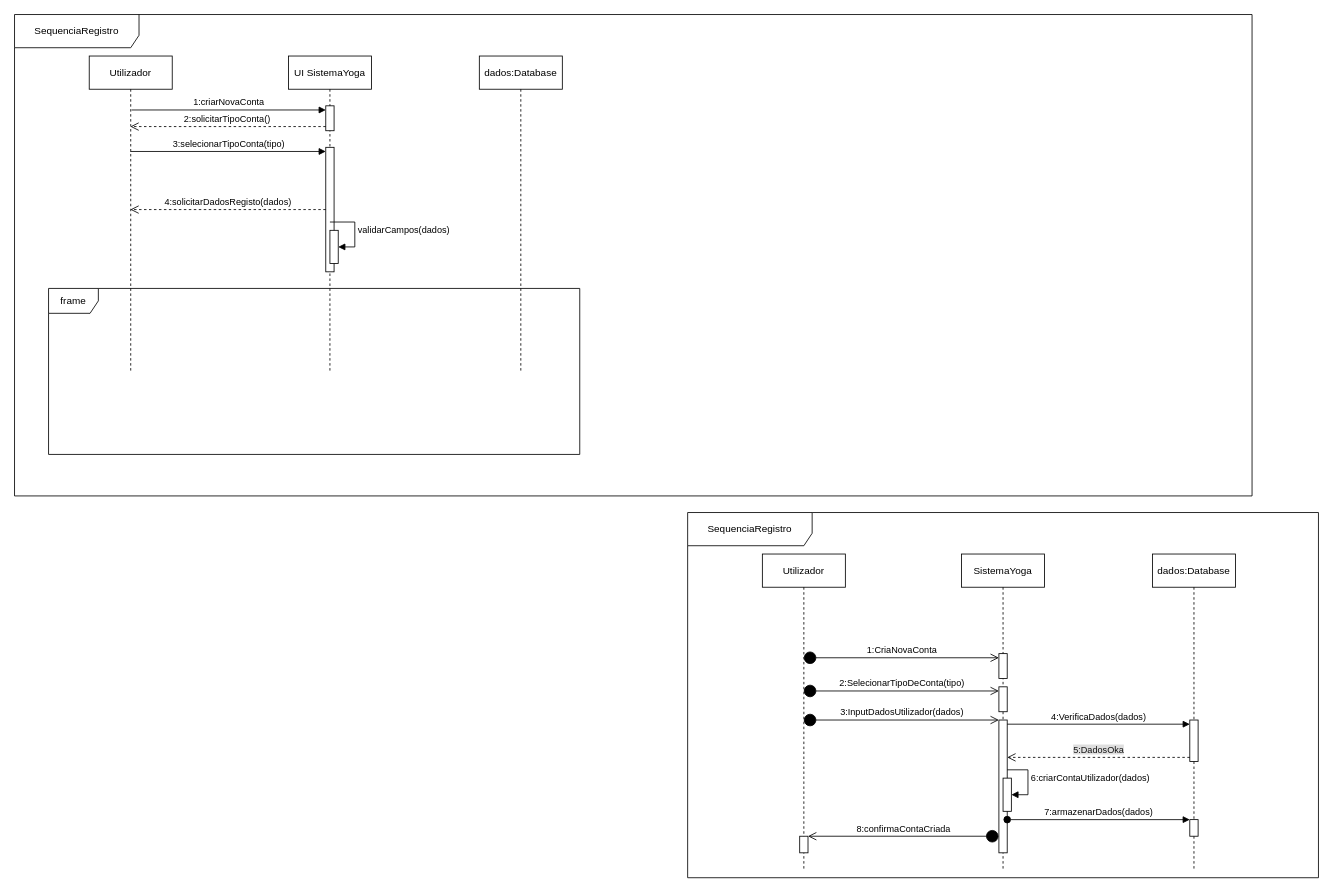
The draw.io diagram page "Sequencia" (4 of 4) of Diagramas UML.drawio in Esmael285/TecWeb26, before the edit. Source tidied: cells renumbered, new cells numbered last; positions are measured from the earlier drawing's top-left corner, leaving out a move shared by most shapes. Both pictures are drawn from the tidied source at 83%, with x=0, y=0 at pixel (14, 14).
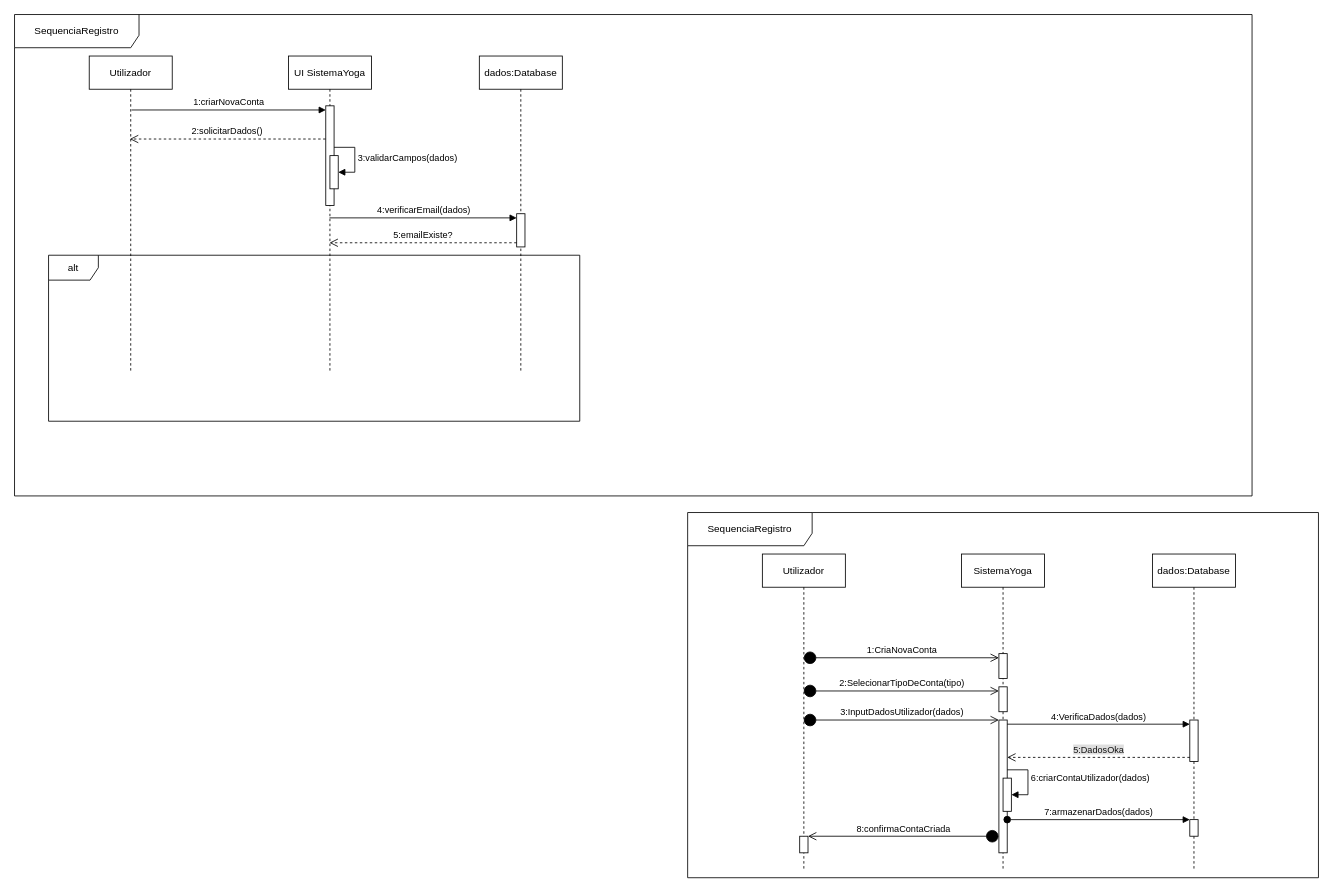
Above is the later version.

The change refers to these unchanged cells:
```xml
<mxCell id="3" value="Utilizador" style="shape=umlLifeline;perimeter=lifelinePerimeter;whiteSpace=wrap;html=1;outlineConnect=0;portConstraint=eastwest;newEdgeStyle={&quot;curved&quot;:0,&quot;rounded&quot;:0};" parent="1" vertex="1">
  <mxGeometry x="90" y="50" width="100" height="380" as="geometry" />
</mxCell>
<mxCell id="4" value="UI SistemaYoga" style="shape=umlLifeline;perimeter=lifelinePerimeter;whiteSpace=wrap;html=1;outlineConnect=0;portConstraint=eastwest;newEdgeStyle={&quot;curved&quot;:0,&quot;rounded&quot;:0};" parent="1" vertex="1">
  <mxGeometry x="330" y="50" width="100" height="380" as="geometry" />
</mxCell>
<mxCell id="9" value="dados:Database" style="shape=umlLifeline;perimeter=lifelinePerimeter;whiteSpace=wrap;html=1;newEdgeStyle={&quot;curved&quot;:0,&quot;rounded&quot;:0};" parent="1" vertex="1">
  <mxGeometry x="560" y="50" width="100" height="380" as="geometry" />
</mxCell>
```

What changed in the source:
```diff
@@
     <mxCell id="5" style="html=1;points=[[0,0,0,0,5],[0,1,0,0,-5],[1,0,0,0,5],[1,1,0,0,-5]];perimeter=orthogonalPerimeter;outlineConnect=0;targetShapes=umlLifeline;portConstraint=eastwest;newEdgeStyle={&quot;curved&quot;:0,&quot;rounded&quot;:0};" parent="4" vertex="1">
-      <mxGeometry x="45" y="60" width="10" height="30" as="geometry" />
+      <mxGeometry x="45" y="60" width="10" height="120" as="geometry" />
     </mxCell>
-    <mxCell id="6" style="html=1;points=[[0,0,0,0,5],[0,1,0,0,-5],[1,0,0,0,5],[1,1,0,0,-5]];perimeter=orthogonalPerimeter;outlineConnect=0;targetShapes=umlLifeline;portConstraint=eastwest;newEdgeStyle={&quot;curved&quot;:0,&quot;rounded&quot;:0};" parent="4" vertex="1">
-      <mxGeometry x="45" y="110" width="10" height="150" as="geometry" />
-    </mxCell>
     <mxCell id="7" style="html=1;points=[[0,0,0,0,5],[0,1,0,0,-5],[1,0,0,0,5],[1,1,0,0,-5]];perimeter=orthogonalPerimeter;outlineConnect=0;targetShapes=umlLifeline;portConstraint=eastwest;newEdgeStyle={&quot;curved&quot;:0,&quot;rounded&quot;:0};" parent="4" vertex="1">
-      <mxGeometry x="50" y="210" width="10" height="40" as="geometry" />
+      <mxGeometry x="50" y="120" width="10" height="40" as="geometry" />
     </mxCell>
-    <mxCell id="8" value="validarCampos(dados)" style="html=1;align=left;spacingLeft=2;endArrow=block;rounded=0;edgeStyle=orthogonalEdgeStyle;curved=0;rounded=0;" parent="4" edge="1" target="7">
+    <mxCell id="8" value="3:validarCampos(dados)" style="html=1;align=left;spacingLeft=2;endArrow=block;rounded=0;edgeStyle=orthogonalEdgeStyle;curved=0;rounded=0;" parent="4" edge="1" source="5" target="7">
       <mxGeometry relative="1" as="geometry">
-        <mxPoint x="50" y="200" as="sourcePoint" />
         <Array as="points">
-          <mxPoint x="80" y="230" />
+          <mxPoint x="80" y="110" />
+          <mxPoint x="80" y="140" />
         </Array>
       </mxGeometry>
     </mxCell>
@@
+    <mxCell id="6" style="html=1;points=[[0,0,0,0,5],[0,1,0,0,-5],[1,0,0,0,5],[1,1,0,0,-5]];perimeter=orthogonalPerimeter;outlineConnect=0;targetShapes=umlLifeline;portConstraint=eastwest;newEdgeStyle={&quot;curved&quot;:0,&quot;rounded&quot;:0};" parent="9" vertex="1">
+      <mxGeometry x="45" y="190" width="10" height="40" as="geometry" />
+    </mxCell>
@@
-    <mxCell id="30" value="2:solicitarTipoConta()" style="html=1;verticalAlign=bottom;endArrow=open;dashed=1;endSize=8;curved=0;rounded=0;exitX=0;exitY=1;exitDx=0;exitDy=-5;" parent="1" edge="1" source="5" target="3">
-      <mxGeometry x="0.01" relative="1" as="geometry" />
+    <mxCell id="30" value="2:solicitarDados()" style="html=1;verticalAlign=bottom;endArrow=open;dashed=1;endSize=8;curved=0;rounded=0;exitX=0;exitY=1;exitDx=0;exitDy=-5;" parent="1" edge="1">
+      <mxGeometry x="0.01" relative="1" as="geometry">
+        <mxPoint x="374.8" y="150" as="sourcePoint" />
+        <mxPoint x="139" y="150" as="targetPoint" />
+      </mxGeometry>
     </mxCell>
-    <mxCell id="31" value="3:selecionarTipoConta(tipo)" style="html=1;verticalAlign=bottom;endArrow=block;curved=0;rounded=0;entryX=0;entryY=0;entryDx=0;entryDy=5;" parent="1" edge="1" source="3" target="6">
+    <mxCell id="31" value="4:verificarEmail(dados)" style="html=1;verticalAlign=bottom;endArrow=block;curved=0;rounded=0;entryX=0;entryY=0;entryDx=0;entryDy=5;" parent="1" edge="1" source="4" target="6">
       <mxGeometry relative="1" as="geometry" />
     </mxCell>
-    <mxCell id="32" value="4:solicitarDadosRegisto(dados)" style="html=1;verticalAlign=bottom;endArrow=open;dashed=1;endSize=8;curved=0;rounded=0;" parent="1" edge="1" source="6" target="3">
+    <mxCell id="32" value="5:emailExiste?" style="html=1;verticalAlign=bottom;endArrow=open;dashed=1;endSize=8;curved=0;rounded=0;exitX=0;exitY=1;exitDx=0;exitDy=-5;exitPerimeter=0;" parent="1" edge="1" source="6" target="4">
       <mxGeometry relative="1" as="geometry" />
     </mxCell>
-    <mxCell id="33" value="frame" style="shape=umlFrame;whiteSpace=wrap;html=1;" parent="1" vertex="1">
-      <mxGeometry x="41" y="330" width="640" height="200" as="geometry" />
+    <mxCell id="33" value="alt" style="shape=umlFrame;whiteSpace=wrap;html=1;" parent="1" vertex="1">
+      <mxGeometry x="41" y="290" width="640" height="200" as="geometry" />
     </mxCell>
```
